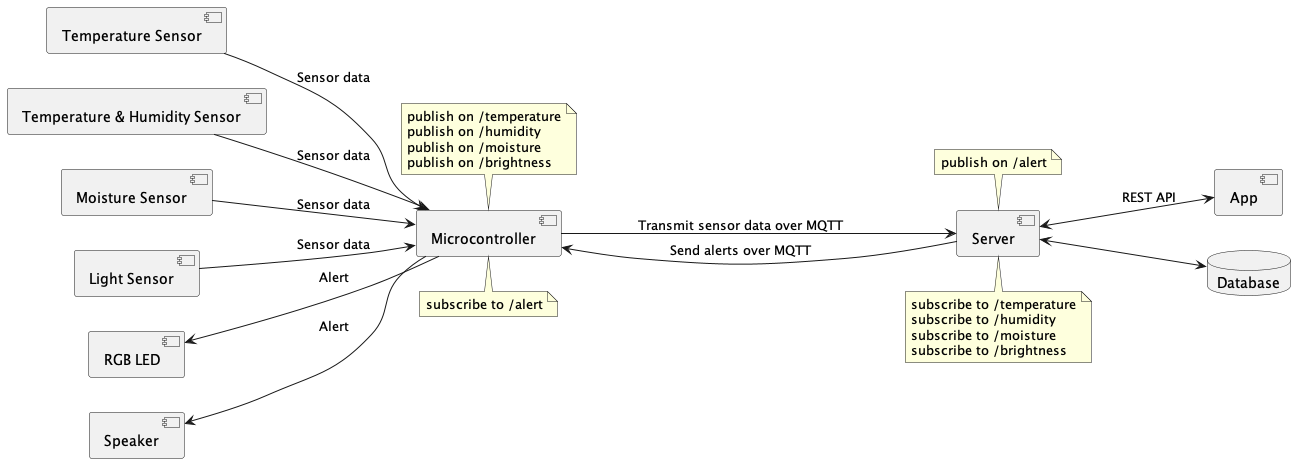
The PlantUML diagram out/diagrams/system_design/System Design.png in Adam1927/PlantStein, before a commit.
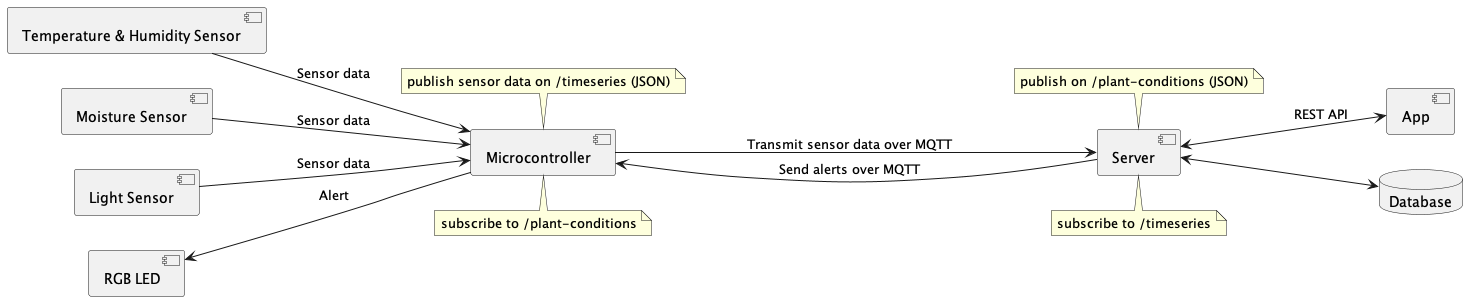
Later version of the same file.

Commit message:
Update system design diagram #47

Closes #47

Diff of the diagram source:
```diff
@@ -3,45 +3,35 @@
 
 component "Microcontroller"
 note top of Microcontroller
-publish on /temperature
-publish on /humidity
-publish on /moisture
-publish on /brightness
+publish sensor data on /timeseries (JSON)
 end note
 
 note bottom of Microcontroller
-subscribe to /alert
+subscribe to /plant-conditions
 end note
 
-component "Temperature Sensor" as TemperatureSensor
 component "Temperature & Humidity Sensor" as TemperatureHumiditySensor
 component "Moisture Sensor" as MoistureSensor
 component "Light Sensor" as LightSensor
 component "RGB LED" as RGBLED
-component "Speaker" as Speaker
 
 component Server
 
 note top of Server
-publish on /alert
+publish on /plant-conditions (JSON)
 end note
 
 note bottom of Server
-subscribe to /temperature
-subscribe to /humidity
-subscribe to /moisture
-subscribe to /brightness
+subscribe to /timeseries
 end note
 
 component App
 database Database
 
-TemperatureSensor --> Microcontroller : Sensor data
 TemperatureHumiditySensor --> Microcontroller : Sensor data
 MoistureSensor  --> Microcontroller : Sensor data
 LightSensor --> Microcontroller : Sensor data
 RGBLED <-- Microcontroller : Alert
-Speaker <-- Microcontroller : Alert
 
 Microcontroller --> Server : Transmit sensor data over MQTT
 
```
